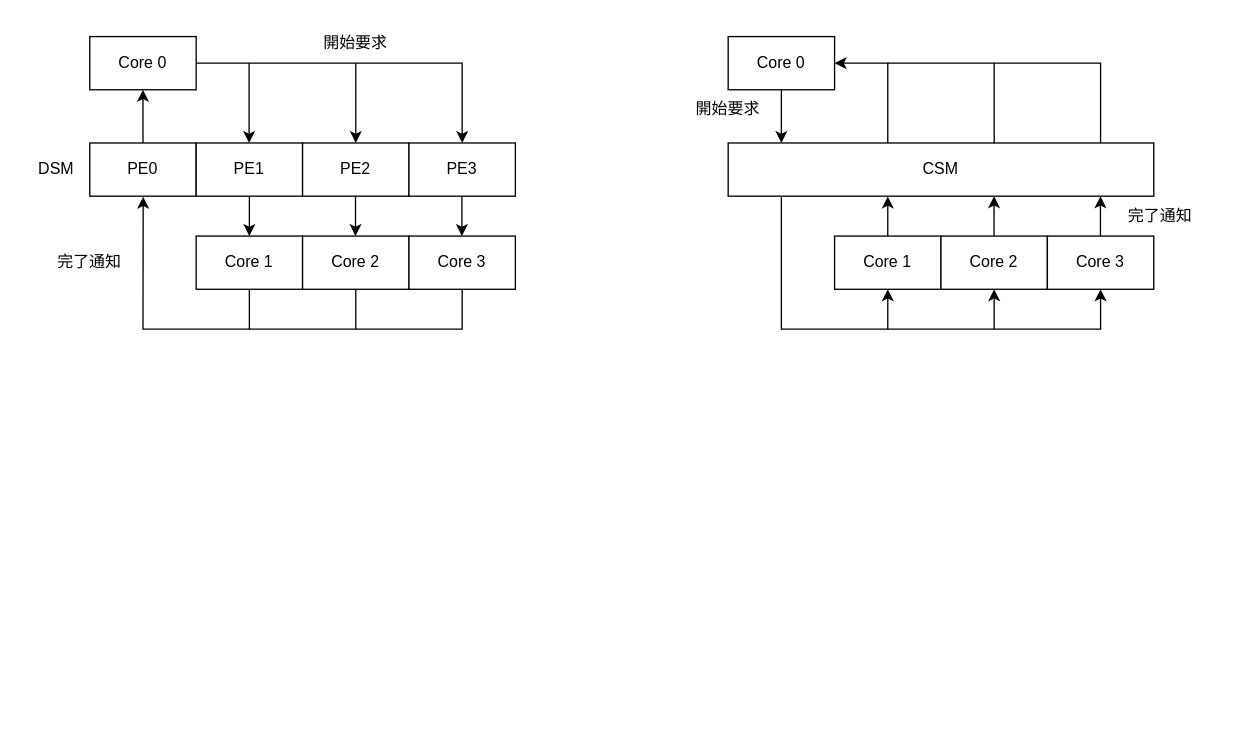
Before: マルチコア同期.drawio in 21km43/drawio, a draw.io diagram. Source tidied: cells renumbered, new cells numbered last; positions are measured from the earlier drawing's top-left corner, leaving out a move shared by most shapes. Both pictures are drawn from the tidied source at 133%, with x=0, y=0 at pixel (23, 23).
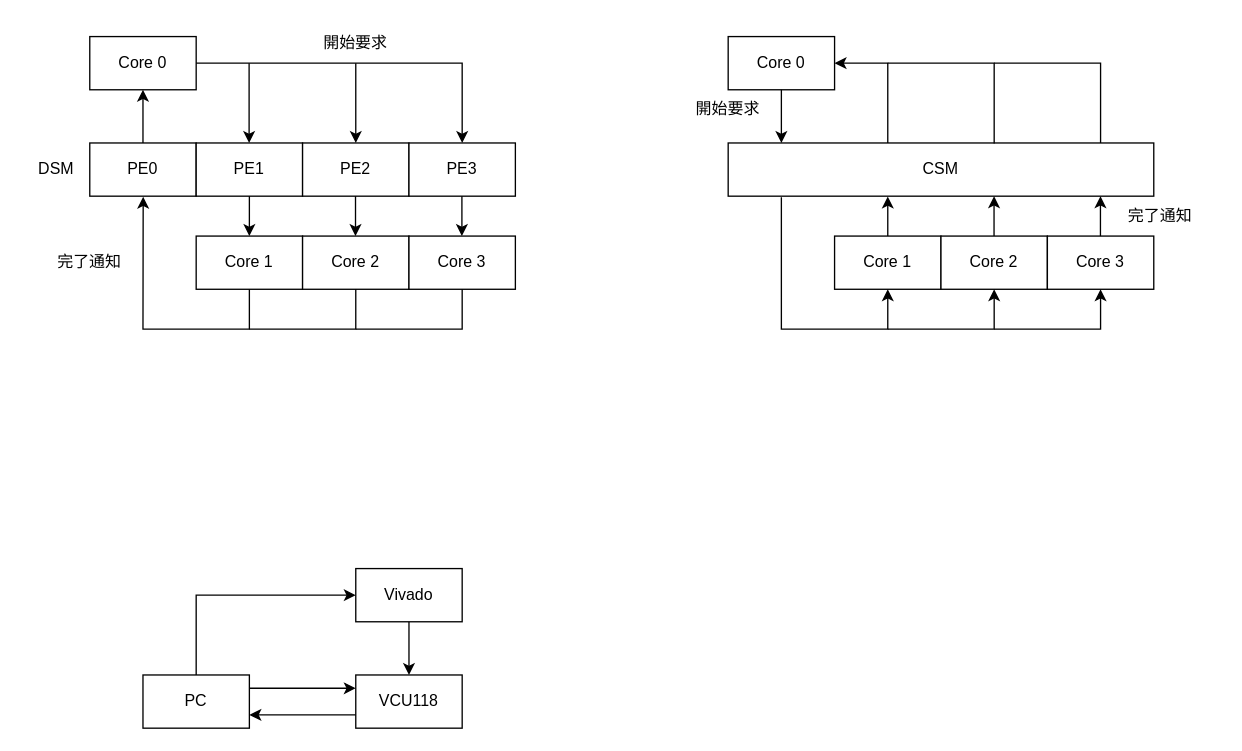
The same diagram, later.

Commit message:
マルチコア同期.drawio を更新します

The edit, as a diff of the source:
```diff
@@
+    <mxCell id="40" value="VCU118" style="rounded=0;whiteSpace=wrap;html=1;" parent="1" vertex="1">
+      <mxGeometry x="250" y="490" width="80" height="40" as="geometry" />
+    </mxCell>
+    <mxCell id="41" style="edgeStyle=orthogonalEdgeStyle;rounded=0;jettySize=auto;html=1;exitX=0.5;exitY=1;exitDx=0;exitDy=0;" parent="1" edge="1" source="42" target="40">
+      <mxGeometry relative="1" as="geometry" />
+    </mxCell>
+    <mxCell id="42" value="Vivado" style="rounded=0;whiteSpace=wrap;html=1;" parent="1" vertex="1">
+      <mxGeometry x="250" y="410" width="80" height="40" as="geometry" />
+    </mxCell>
+    <mxCell id="43" style="edgeStyle=orthogonalEdgeStyle;rounded=0;jettySize=auto;html=1;exitX=0.5;exitY=0;exitDx=0;exitDy=0;entryX=0;entryY=0.5;entryDx=0;entryDy=0;" parent="1" edge="1" source="44" target="42">
+      <mxGeometry relative="1" as="geometry" />
+    </mxCell>
+    <mxCell id="44" value="PC" style="rounded=0;whiteSpace=wrap;html=1;" parent="1" vertex="1">
+      <mxGeometry x="90" y="490" width="80" height="40" as="geometry" />
+    </mxCell>
+    <mxCell id="45" style="endArrow=classic;html=1;rounded=0;exitX=1;exitY=0.25;exitDx=0;exitDy=0;entryX=0;entryY=0.25;entryDx=0;entryDy=0;" parent="1" edge="1" source="44" target="40">
+      <mxGeometry relative="1" as="geometry" />
+    </mxCell>
+    <mxCell id="46" style="endArrow=classic;html=1;rounded=0;exitX=0;exitY=0.75;exitDx=0;exitDy=0;entryX=1;entryY=0.75;entryDx=0;entryDy=0;" parent="1" edge="1" source="40" target="44">
+      <mxGeometry relative="1" as="geometry" />
+    </mxCell>
```
